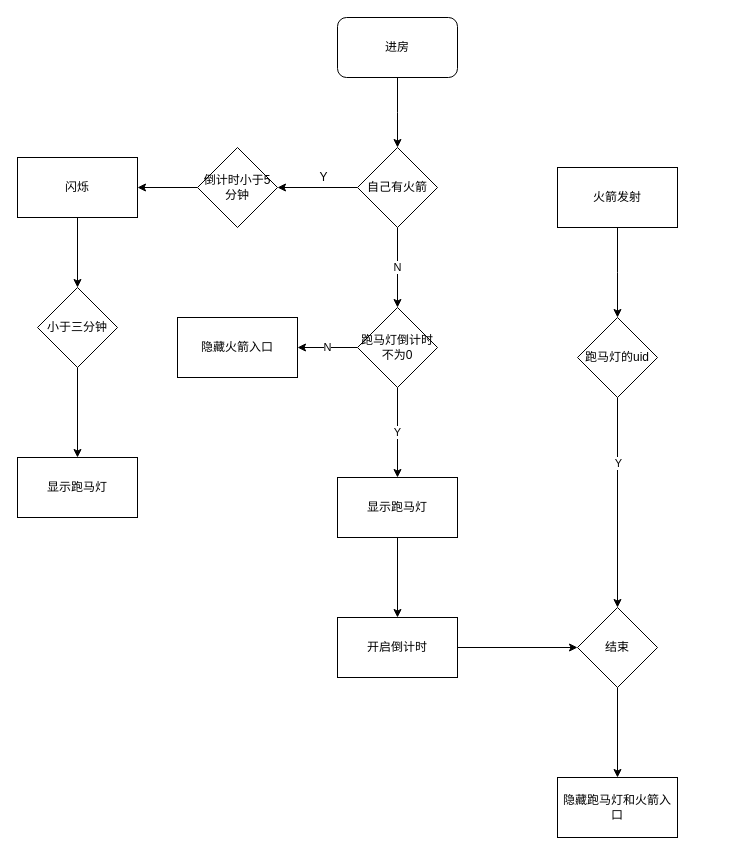
The draw.io diagram 火箭.drawio in qiongtony/FileSaved, before the edit. Source tidied: cells renumbered, new cells numbered last; positions are measured from the earlier drawing's top-left corner, leaving out a move shared by most shapes. Both pictures are drawn from the tidied source at 100%, with x=0, y=0 at pixel (17, 17).
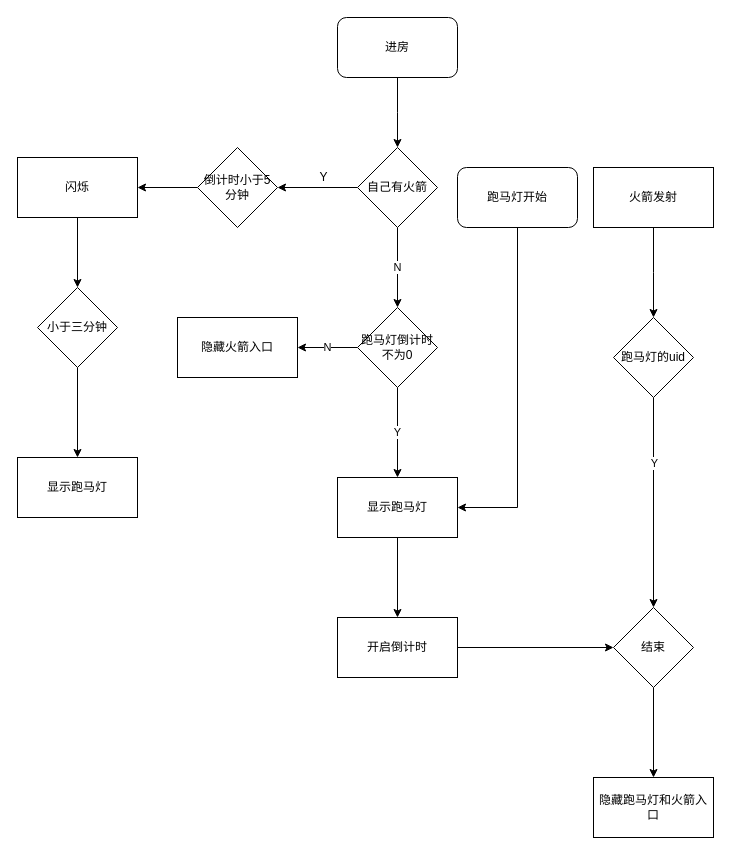
The same page after the edit.

The change refers to these unchanged cells:
```xml
<mxCell id="18" value="显示跑马灯" style="whiteSpace=wrap;html=1;" parent="1" vertex="1">
  <mxGeometry x="320" y="460" width="120" height="60" as="geometry" />
</mxCell>
```

What changed in the source:
```diff
@@
     <mxCell id="24" value="结束" style="rhombus;whiteSpace=wrap;html=1;" parent="1" vertex="1">
-      <mxGeometry x="560" y="590" width="80" height="80" as="geometry" />
+      <mxGeometry x="596" y="590" width="80" height="80" as="geometry" />
     </mxCell>
     <mxCell id="25" value="隐藏跑马灯和火箭入口" style="whiteSpace=wrap;html=1;" parent="1" vertex="1">
-      <mxGeometry x="540" y="760" width="120" height="60" as="geometry" />
+      <mxGeometry x="576" y="760" width="120" height="60" as="geometry" />
     </mxCell>
     <mxCell id="26" style="edgeStyle=orthogonalEdgeStyle;rounded=0;jettySize=auto;html=1;" parent="1" edge="1" source="27">
       <mxGeometry relative="1" as="geometry">
-        <mxPoint x="600" y="300" as="targetPoint" />
+        <mxPoint x="636" y="300" as="targetPoint" />
       </mxGeometry>
     </mxCell>
     <mxCell id="27" value="火箭发射" style="rounded=0;whiteSpace=wrap;html=1;" parent="1" vertex="1">
-      <mxGeometry x="540" y="150" width="120" height="60" as="geometry" />
+      <mxGeometry x="576" y="150" width="120" height="60" as="geometry" />
     </mxCell>
@@
     <mxCell id="30" value="跑马灯的uid" style="rhombus;whiteSpace=wrap;html=1;" parent="1" vertex="1">
-      <mxGeometry x="560" y="300" width="80" height="80" as="geometry" />
+      <mxGeometry x="596" y="300" width="80" height="80" as="geometry" />
     </mxCell>
+    <mxCell id="31" style="edgeStyle=orthogonalEdgeStyle;rounded=0;jettySize=auto;html=1;entryX=1;entryY=0.5;entryDx=0;entryDy=0;" parent="1" edge="1" source="32" target="18">
+      <mxGeometry relative="1" as="geometry" />
+    </mxCell>
+    <mxCell id="32" value="跑马灯开始" style="rounded=1;whiteSpace=wrap;html=1;" parent="1" vertex="1">
+      <mxGeometry x="440" y="150" width="120" height="60" as="geometry" />
+    </mxCell>
```
